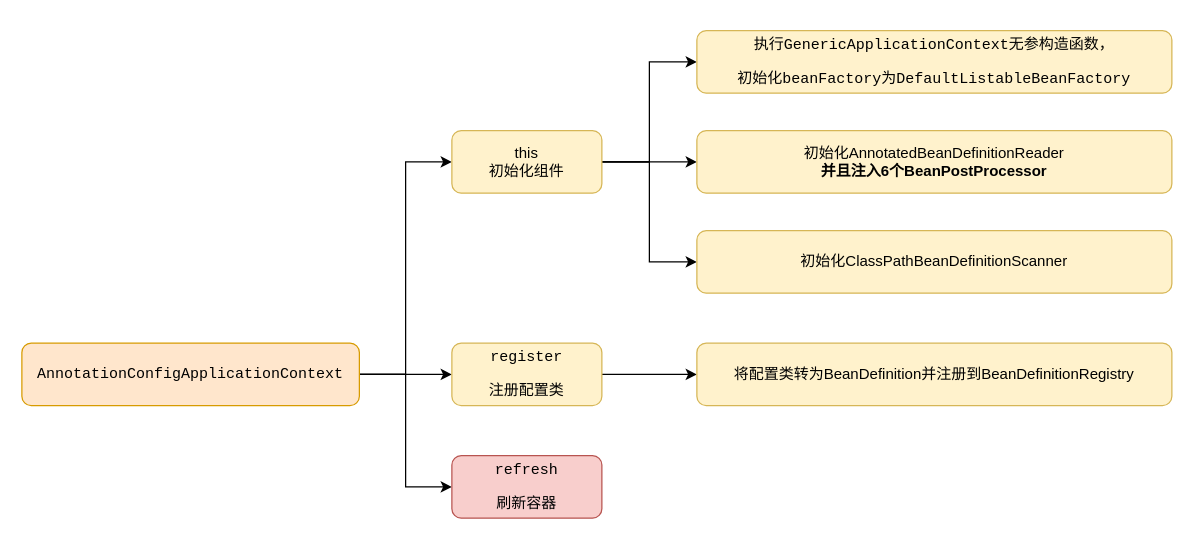
The draw.io diagram spring/spring初始化过程.drawio in erlieStar/diagrams, before the edit. Source tidied: cells renumbered, new cells numbered last; positions are measured from the earlier drawing's top-left corner, leaving out a move shared by most shapes. Both pictures are drawn from the tidied source at 125%, with x=0, y=0 at pixel (21, 30).
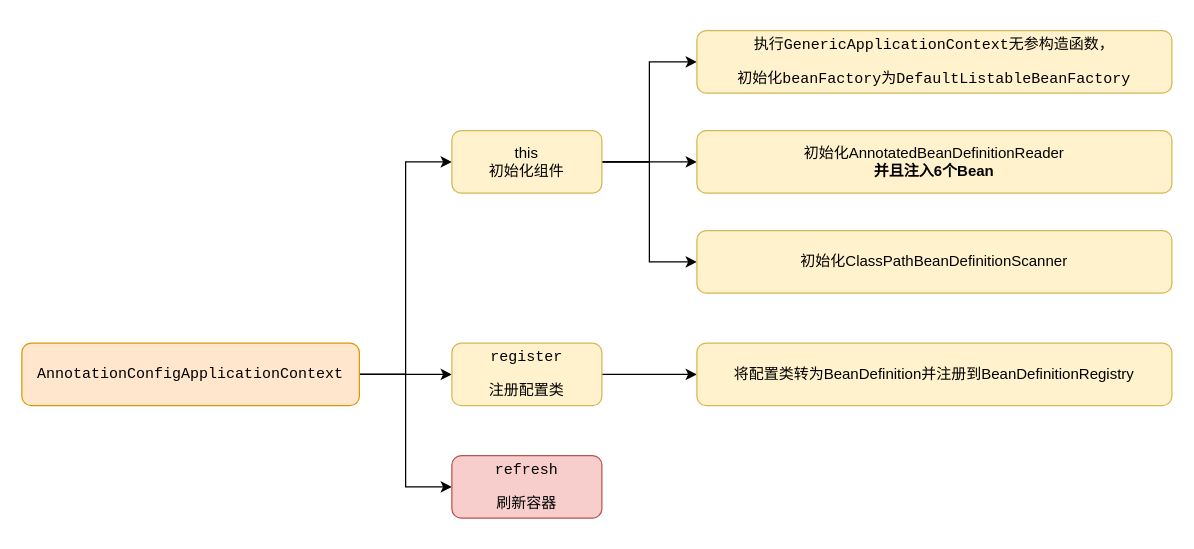
After the change.

Commit message:
Update spring初始化过程.drawio

Diff of the diagram source:
```diff
@@
 <mxGraphModel>
   <root>
     <mxCell id="0" />
     <mxCell id="1" parent="0" />
     <mxCell id="2" style="edgeStyle=orthogonalEdgeStyle;rounded=0;jettySize=auto;html=1;exitX=1;exitY=0.5;exitDx=0;exitDy=0;entryX=0;entryY=0.5;entryDx=0;entryDy=0;" parent="1" edge="1" source="5" target="9">
       <mxGeometry relative="1" as="geometry" />
     </mxCell>
     <mxCell id="3" style="edgeStyle=orthogonalEdgeStyle;rounded=0;jettySize=auto;html=1;exitX=1;exitY=0.5;exitDx=0;exitDy=0;entryX=0;entryY=0.5;entryDx=0;entryDy=0;" parent="1" edge="1" source="5" target="11">
       <mxGeometry relative="1" as="geometry" />
     </mxCell>
     <mxCell id="4" style="edgeStyle=orthogonalEdgeStyle;rounded=0;jettySize=auto;html=1;exitX=1;exitY=0.5;exitDx=0;exitDy=0;entryX=0;entryY=0.5;entryDx=0;entryDy=0;" parent="1" edge="1" source="5" target="12">
       <mxGeometry relative="1" as="geometry" />
     </mxCell>
     <mxCell id="5" value="&lt;pre&gt;AnnotationConfigApplicationContext&lt;/pre&gt;" style="rounded=1;whiteSpace=wrap;html=1;fillColor=#ffe6cc;strokeColor=#d79b00;" parent="1" vertex="1">
       <mxGeometry y="250" width="270" height="50" as="geometry" />
     </mxCell>
     <mxCell id="6" style="edgeStyle=orthogonalEdgeStyle;rounded=0;jettySize=auto;html=1;exitX=1;exitY=0.5;exitDx=0;exitDy=0;entryX=0;entryY=0.5;entryDx=0;entryDy=0;" parent="1" edge="1" source="9" target="13">
       <mxGeometry relative="1" as="geometry" />
     </mxCell>
     <mxCell id="7" style="edgeStyle=orthogonalEdgeStyle;rounded=0;jettySize=auto;html=1;exitX=1;exitY=0.5;exitDx=0;exitDy=0;entryX=0;entryY=0.5;entryDx=0;entryDy=0;" parent="1" edge="1" source="9" target="14">
       <mxGeometry relative="1" as="geometry" />
     </mxCell>
     <mxCell id="8" style="edgeStyle=orthogonalEdgeStyle;rounded=0;jettySize=auto;html=1;exitX=1;exitY=0.5;exitDx=0;exitDy=0;entryX=0;entryY=0.5;entryDx=0;entryDy=0;" parent="1" edge="1" source="9" target="15">
       <mxGeometry relative="1" as="geometry" />
     </mxCell>
     <mxCell id="9" value="this&lt;br&gt;初始化组件" style="rounded=1;whiteSpace=wrap;html=1;fillColor=#fff2cc;strokeColor=#d6b656;" parent="1" vertex="1">
       <mxGeometry x="344" y="80" width="120" height="50" as="geometry" />
     </mxCell>
     <mxCell id="10" style="edgeStyle=orthogonalEdgeStyle;rounded=0;jettySize=auto;html=1;exitX=1;exitY=0.5;exitDx=0;exitDy=0;entryX=0;entryY=0.5;entryDx=0;entryDy=0;" parent="1" edge="1" source="11" target="16">
       <mxGeometry relative="1" as="geometry" />
     </mxCell>
     <mxCell id="11" value="&lt;pre&gt;register&lt;/pre&gt;&lt;pre&gt;注册配置类&lt;/pre&gt;" style="rounded=1;whiteSpace=wrap;html=1;fillColor=#fff2cc;strokeColor=#d6b656;" parent="1" vertex="1">
       <mxGeometry x="344" y="250" width="120" height="50" as="geometry" />
     </mxCell>
     <mxCell id="12" value="&lt;pre&gt;&lt;pre&gt;refresh&lt;/pre&gt;&lt;pre&gt;刷新容器&lt;/pre&gt;&lt;/pre&gt;" style="rounded=1;whiteSpace=wrap;html=1;fillColor=#f8cecc;strokeColor=#b85450;" parent="1" vertex="1">
       <mxGeometry x="344" y="340" width="120" height="50" as="geometry" />
     </mxCell>
     <mxCell id="13" value="&lt;pre&gt;&lt;pre&gt;执行GenericApplicationContext无参构造函数，&lt;/pre&gt;&lt;pre&gt;初始化beanFactory为DefaultListableBeanFactory&lt;/pre&gt;&lt;/pre&gt;" style="rounded=1;whiteSpace=wrap;html=1;fillColor=#fff2cc;strokeColor=#d6b656;" parent="1" vertex="1">
       <mxGeometry x="540" width="380" height="50" as="geometry" />
     </mxCell>
-    <mxCell id="14" value="初始化AnnotatedBeanDefinitionReader&lt;br&gt;&lt;b&gt;并且注入6个BeanPostProcessor&lt;/b&gt;" style="rounded=1;whiteSpace=wrap;html=1;fillColor=#fff2cc;strokeColor=#d6b656;" parent="1" vertex="1">
+    <mxCell id="14" value="初始化AnnotatedBeanDefinitionReader&lt;br&gt;&lt;b&gt;并且注入6个Bean&lt;/b&gt;" style="rounded=1;whiteSpace=wrap;html=1;fillColor=#fff2cc;strokeColor=#d6b656;" parent="1" vertex="1">
       <mxGeometry x="540" y="80" width="380" height="50" as="geometry" />
     </mxCell>
     <mxCell id="15" value="初始化ClassPathBeanDefinitionScanner" style="rounded=1;whiteSpace=wrap;html=1;fillColor=#fff2cc;strokeColor=#d6b656;" parent="1" vertex="1">
       <mxGeometry x="540" y="160" width="380" height="50" as="geometry" />
     </mxCell>
     <mxCell id="16" value="将配置类转为BeanDefinition并注册到BeanDefinitionRegistry" style="rounded=1;whiteSpace=wrap;html=1;fillColor=#fff2cc;strokeColor=#d6b656;" parent="1" vertex="1">
       <mxGeometry x="540" y="250" width="380" height="50" as="geometry" />
     </mxCell>
   </root>
 </mxGraphModel>
```
